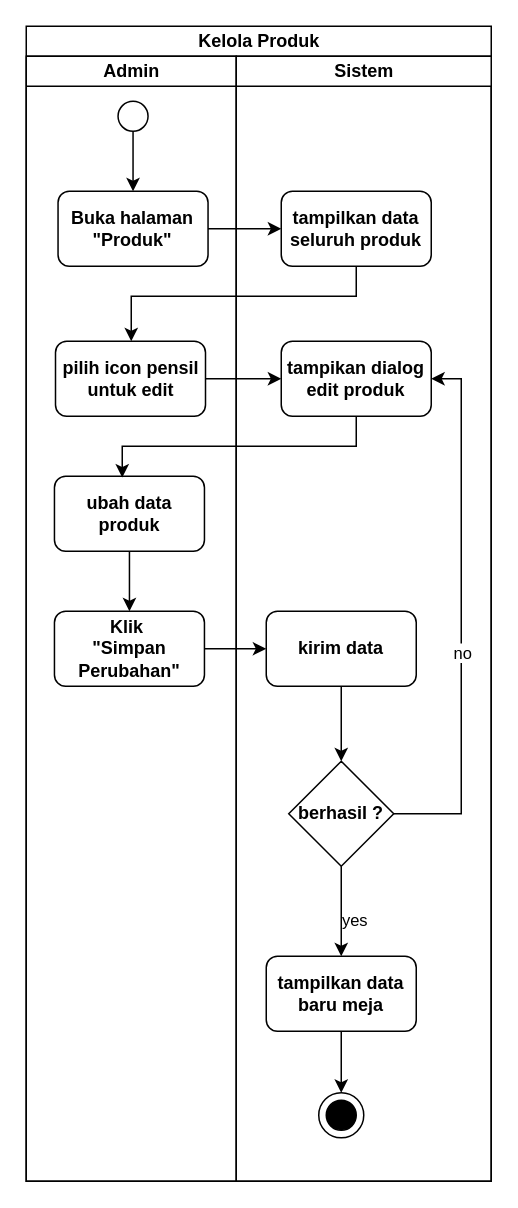
This is page "kelola produk" (2 of 19) of assets/uml/activity-diagram.drawio from RIOKOWI/warmindo_purnama_flutter, a draw.io file, before an edit. Source tidied: cells renumbered, new cells numbered last; positions are measured from the earlier drawing's top-left corner, leaving out a move shared by most shapes. Both pictures are drawn from the tidied source at 150%, with x=0, y=0 at pixel (26, 26).
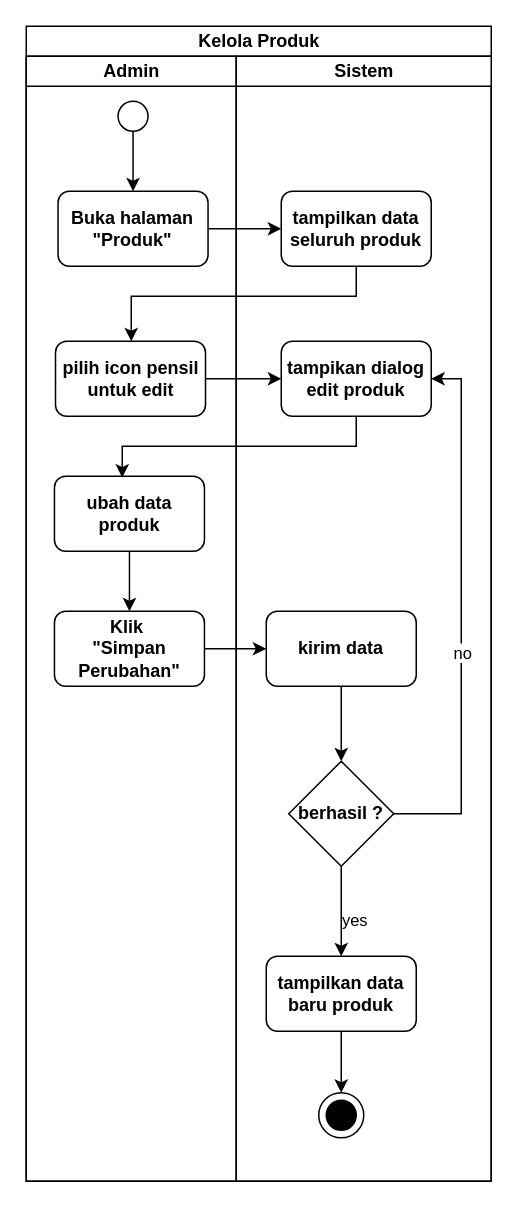
Above is the later version.

The change refers to these unchanged cells:
```xml
<mxCell id="12" value="Sistem" style="swimlane;startSize=20;html=1;" parent="2" vertex="1">
  <mxGeometry x="140" y="20" width="170" height="750" as="geometry" />
</mxCell>
```

Diff of the diagram source:
```diff
@@
-    <mxCell id="20" value="tampilkan data baru meja" style="rounded=1;whiteSpace=wrap;html=1;strokeColor=default;align=center;verticalAlign=middle;fontFamily=Helvetica;fontSize=12;fontColor=default;fontStyle=1;fillColor=default;" parent="12" vertex="1">
+    <mxCell id="20" value="tampilkan data baru produk" style="rounded=1;whiteSpace=wrap;html=1;strokeColor=default;align=center;verticalAlign=middle;fontFamily=Helvetica;fontSize=12;fontColor=default;fontStyle=1;fillColor=default;" parent="12" vertex="1">
       <mxGeometry x="20" y="600" width="100" height="50" as="geometry" />
     </mxCell>
```
